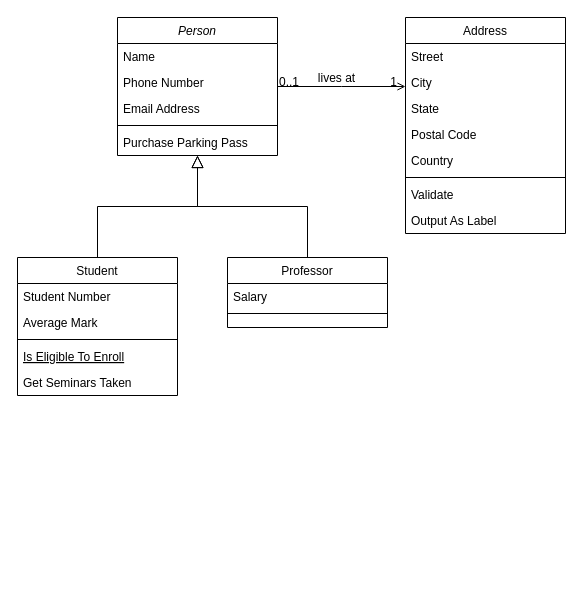
This is 未命名绘图.drawio from zzy347964399/pafd-automated, a draw.io file, before an edit. Source tidied: cells renumbered, new cells numbered last; positions are measured from the earlier drawing's top-left corner, leaving out a move shared by most shapes. Both pictures are drawn from the tidied source at 100%, with x=0, y=0 at pixel (17, 17).
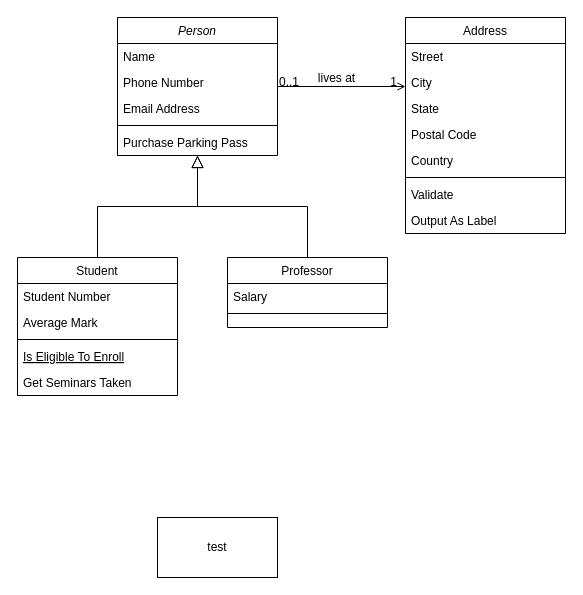
Above is the later version.

The edit, as a diff of the source:
```diff
@@
+    <mxCell id="32" value="test&lt;br&gt;" style="rounded=0;whiteSpace=wrap;html=1;" parent="1" vertex="1">
+      <mxGeometry x="140" y="500" width="120" height="60" as="geometry" />
+    </mxCell>
```
